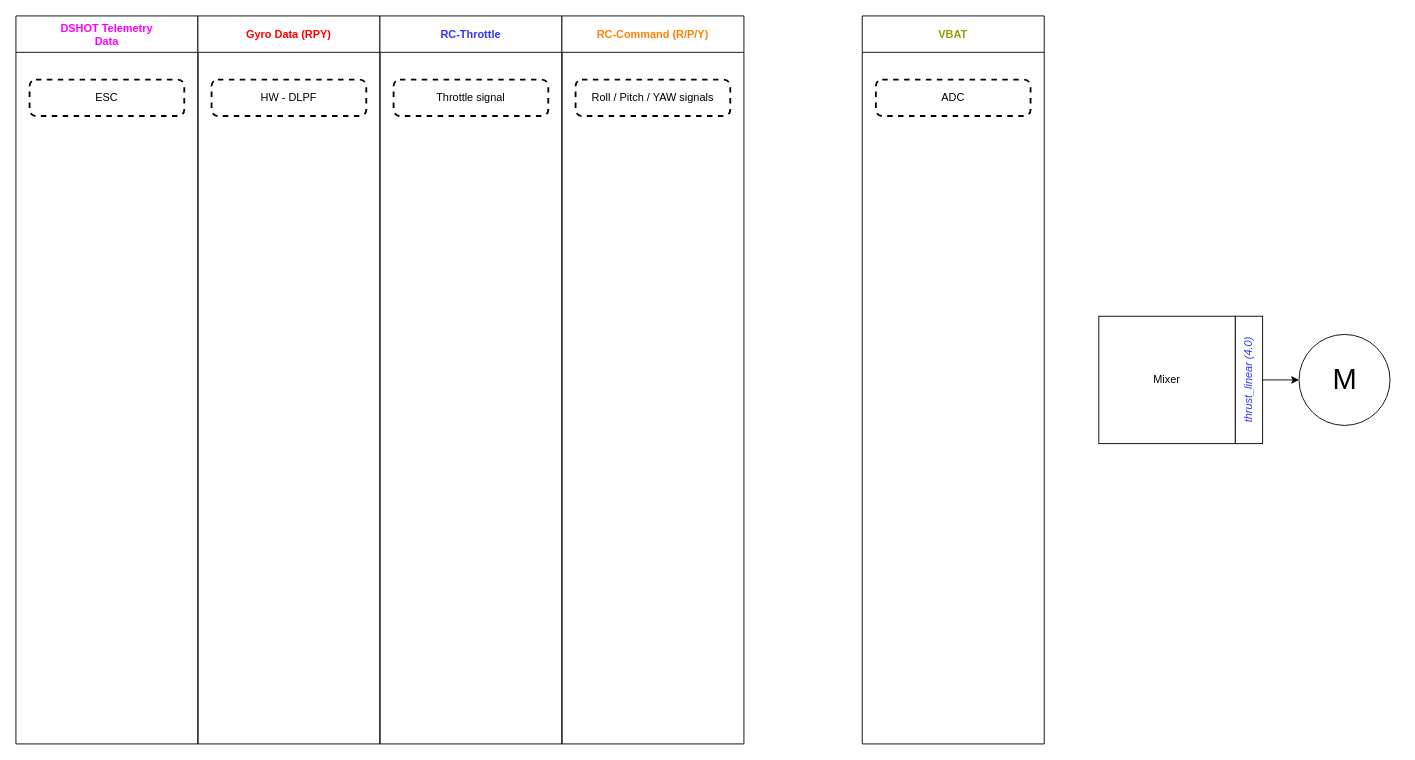
Earlier version of the draw.io diagram images/Untitled Diagram.drawio (mrRobot62/PIDtoolbox). Source tidied: cells renumbered, new cells numbered last; positions are measured from the earlier drawing's top-left corner, leaving out a move shared by most shapes. Both pictures are drawn from the tidied source at 91%, with x=0, y=0 at pixel (15, 15).
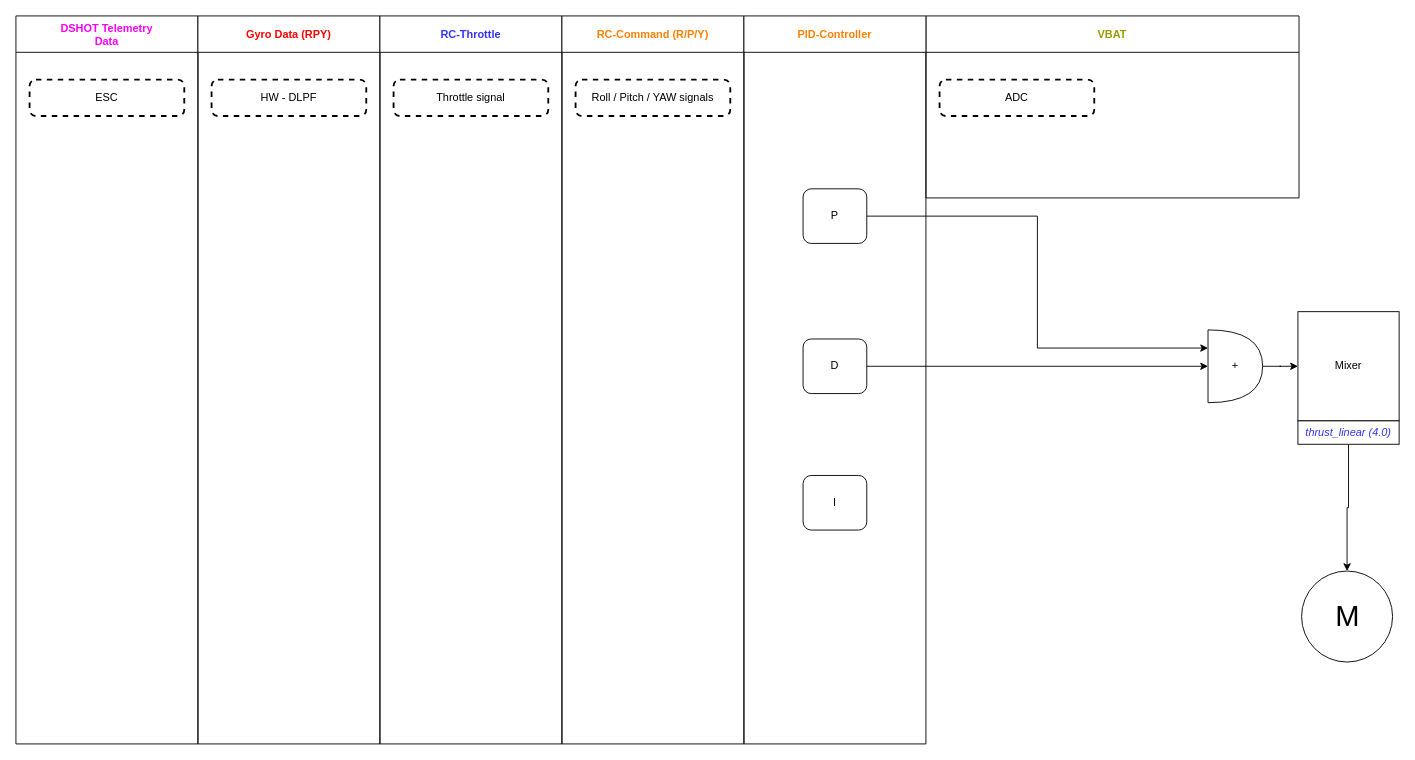
The same page after the edit.

Change to the diagram source:
```diff
@@
     <mxCell id="10" value="VBAT" style="swimlane;startSize=40;fontColor=#999900;" parent="1" vertex="1">
-      <mxGeometry x="930" width="200" height="800" as="geometry" />
+      <mxGeometry x="1000" width="410" height="200" as="geometry" />
     </mxCell>
@@
     <mxCell id="12" value="M" style="verticalLabelPosition=middle;shadow=0;dashed=0;align=center;html=1;verticalAlign=middle;strokeWidth=1;shape=ellipse;fontSize=32;perimeter=ellipsePerimeter;" parent="1" vertex="1">
-      <mxGeometry x="1410" y="350" width="100" height="100" as="geometry" />
+      <mxGeometry x="1412.8" y="610" width="100" height="100" as="geometry" />
     </mxCell>
@@
-    <mxCell id="14" style="group;" parent="1" vertex="1">
-      <mxGeometry x="1190" y="330" width="180" height="140" as="geometry" />
-    </mxCell>
+    <mxCell id="17" value="PID-Controller" style="swimlane;startSize=40;fontColor=#FF8000;" parent="1" vertex="1">
+      <mxGeometry x="800" width="200" height="800" as="geometry" />
+    </mxCell>
+    <mxCell id="18" value="P" style="rounded=1;whiteSpace=wrap;html=1;" parent="17" vertex="1">
+      <mxGeometry x="65" y="190" width="70" height="60" as="geometry" />
+    </mxCell>
+    <mxCell id="19" value="I" style="rounded=1;whiteSpace=wrap;html=1;" parent="17" vertex="1">
+      <mxGeometry x="65" y="505" width="70" height="60" as="geometry" />
+    </mxCell>
+    <mxCell id="20" value="D" style="rounded=1;whiteSpace=wrap;html=1;" parent="17" vertex="1">
+      <mxGeometry x="65" y="355" width="70" height="60" as="geometry" />
+    </mxCell>
+    <mxCell id="21" style="group;" parent="1" vertex="1">
+      <mxGeometry x="1408.8" y="325" width="111.2" height="145.7" as="geometry" />
+    </mxCell>
-    <mxCell id="15" value="Mixer" style="whiteSpace=wrap;html=1;align=center;newEdgeStyle={&quot;edgeStyle&quot;:&quot;elbowEdgeStyle&quot;,&quot;startArrow&quot;:&quot;none&quot;,&quot;endArrow&quot;:&quot;none&quot;};rounded=0;" parent="14" vertex="1">
-      <mxGeometry width="150" height="140" as="geometry" />
+    <mxCell id="15" value="Mixer" style="whiteSpace=wrap;html=1;align=center;newEdgeStyle={&quot;edgeStyle&quot;:&quot;elbowEdgeStyle&quot;,&quot;startArrow&quot;:&quot;none&quot;,&quot;endArrow&quot;:&quot;none&quot;};rounded=0;rotation=0;" parent="21" vertex="1">
+      <mxGeometry width="111.2" height="120" as="geometry" />
     </mxCell>
-    <mxCell id="16" value="&lt;i&gt;&lt;font&gt;thrust_linear (4.0)&lt;/font&gt;&lt;/i&gt;" style="whiteSpace=wrap;html=1;align=center;newEdgeStyle={&quot;edgeStyle&quot;:&quot;elbowEdgeStyle&quot;,&quot;startArrow&quot;:&quot;none&quot;,&quot;endArrow&quot;:&quot;none&quot;};rounded=0;rotation=-90;fontColor=#3333FF;" parent="14" vertex="1">
-      <mxGeometry x="95" y="55" width="140" height="30" as="geometry" />
+    <mxCell id="16" value="&lt;i&gt;&lt;font&gt;thrust_linear (4.0)&lt;/font&gt;&lt;/i&gt;" style="whiteSpace=wrap;html=1;align=center;newEdgeStyle={&quot;edgeStyle&quot;:&quot;elbowEdgeStyle&quot;,&quot;startArrow&quot;:&quot;none&quot;,&quot;endArrow&quot;:&quot;none&quot;};rounded=0;rotation=0;fontColor=#3333FF;" parent="21" vertex="1">
+      <mxGeometry y="120" width="111.2" height="25.7" as="geometry" />
     </mxCell>
+    <mxCell id="22" style="edgeStyle=orthogonalEdgeStyle;rounded=0;jettySize=auto;html=1;" parent="1" edge="1" source="23" target="15">
+      <mxGeometry relative="1" as="geometry" />
+    </mxCell>
+    <mxCell id="23" value="+" style="shape=or;whiteSpace=wrap;html=1;" parent="1" vertex="1">
+      <mxGeometry x="1310" y="345" width="60" height="80" as="geometry" />
+    </mxCell>
+    <mxCell id="24" style="edgeStyle=orthogonalEdgeStyle;rounded=0;jettySize=auto;html=1;entryX=0;entryY=0.25;entryDx=0;entryDy=0;entryPerimeter=0;" parent="1" edge="1" source="18" target="23">
+      <mxGeometry relative="1" as="geometry" />
+    </mxCell>
+    <mxCell id="25" style="edgeStyle=orthogonalEdgeStyle;rounded=0;jettySize=auto;html=1;entryX=0;entryY=0.5;entryDx=0;entryDy=0;entryPerimeter=0;" parent="1" edge="1" source="20" target="23">
+      <mxGeometry relative="1" as="geometry" />
+    </mxCell>
```
